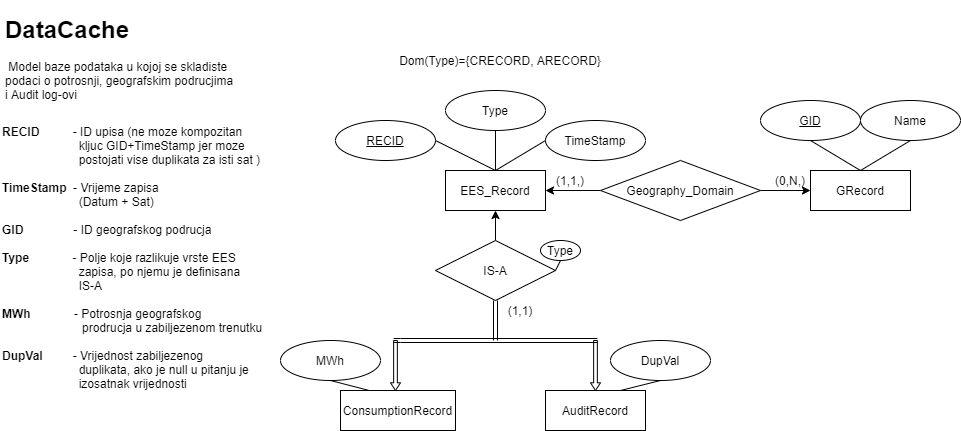
Before: DB/DB_ER.png, a diagram exported from draw.io (utodorovic99/DataCache). Source tidied: cells renumbered, new cells last; positions are measured from the earlier drawing's top-left corner, leaving out a move shared by most shapes.
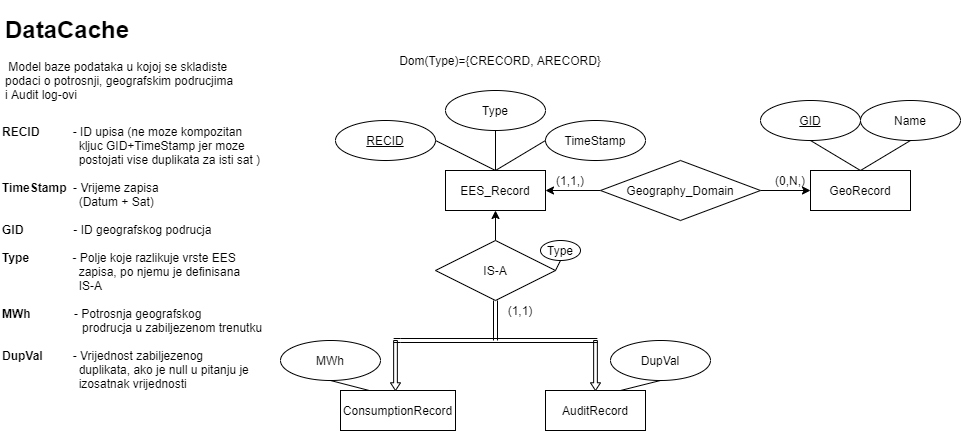
The same diagram one commit later.

What changed in the source:
```diff
@@ -85,7 +85,7 @@
     <mxCell id="26" value="Geography_Domain" style="shape=rhombus;perimeter=rhombusPerimeter;whiteSpace=wrap;html=1;align=center;" parent="1" vertex="1">
       <mxGeometry x="600" y="150" width="160" height="60" as="geometry" />
     </mxCell>
-    <mxCell id="27" value="GRecord" style="whiteSpace=wrap;html=1;align=center;" parent="1" vertex="1">
+    <mxCell id="27" value="GeoRecord" style="whiteSpace=wrap;html=1;align=center;" parent="1" vertex="1">
       <mxGeometry x="810" y="160" width="100" height="40" as="geometry" />
     </mxCell>
     <mxCell id="28" value="&lt;u&gt;GID&lt;/u&gt;" style="ellipse;whiteSpace=wrap;html=1;align=center;" parent="1" vertex="1">
```
